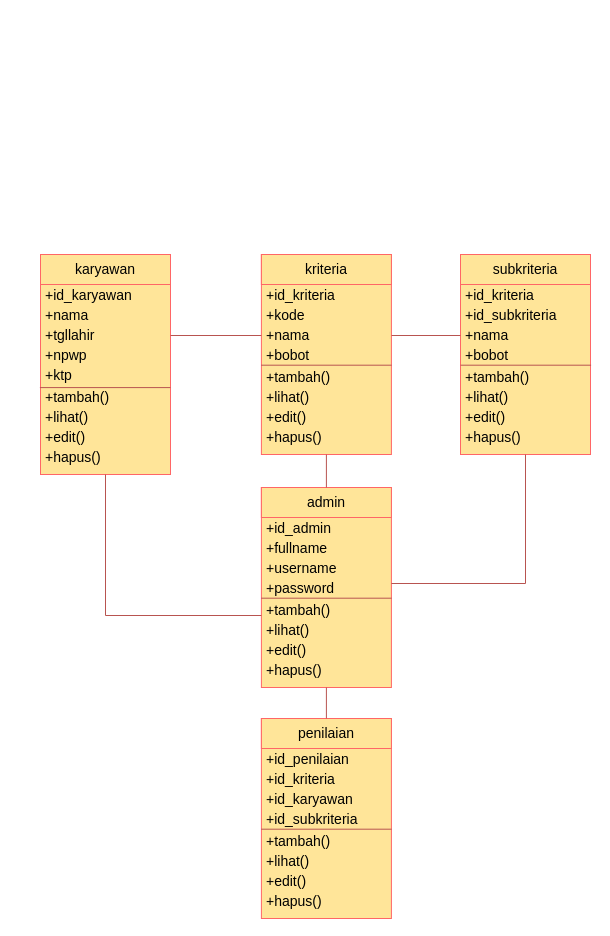
ovanzaimul/UjianMeja keeps this draw.io diagram as MAIN/usecase/Class Diagram.drawio. Above is the earlier version. Source tidied: cells renumbered, new cells numbered last; positions are measured from the earlier drawing's top-left corner, leaving out a move shared by most shapes. Both pictures are drawn from the tidied source at 100%, with x=0, y=0 at pixel (39, 254).
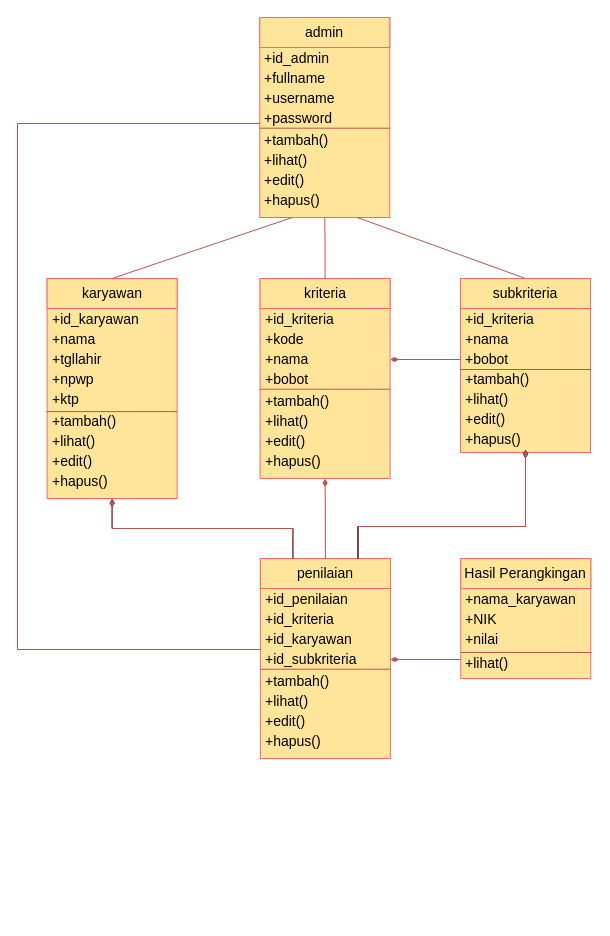
Above is the later version.

Unchanged cells that the change refers to:
```xml
<mxCell id="3" style="rounded=0;whiteSpace=wrap;html=1;fillColor=#FFE599;strokeColor=#FF6666;" parent="2" vertex="1">
  <mxGeometry x="0.6" width="130" height="220" as="geometry" />
</mxCell>
<mxCell id="4" value="&lt;font style=&quot;font-size: 14px&quot;&gt;karyawan&lt;/font&gt;" style="rounded=0;whiteSpace=wrap;html=1;fillColor=#FFE599;strokeColor=#FF6666;" parent="2" vertex="1">
  <mxGeometry x="0.6" width="130" height="30" as="geometry" />
</mxCell>
<mxCell id="7" value="&lt;font style=&quot;font-size: 14px&quot;&gt;+tgllahir&lt;/font&gt;" style="text;html=1;strokeColor=none;fillColor=none;align=left;verticalAlign=middle;whiteSpace=wrap;rounded=0;spacingLeft=3;" parent="2" vertex="1">
  <mxGeometry x="0.6" y="71" width="130" height="20" as="geometry" />
</mxCell>
<mxCell id="16" style="rounded=0;whiteSpace=wrap;html=1;fillColor=#FFE599;strokeColor=#FF6666;" parent="15" vertex="1">
  <mxGeometry x="0.3" width="130" height="200" as="geometry" />
</mxCell>
<mxCell id="17" value="&lt;font style=&quot;font-size: 14px&quot;&gt;kriteria&lt;/font&gt;" style="rounded=0;whiteSpace=wrap;html=1;fillColor=#FFE599;strokeColor=#FF6666;" parent="15" vertex="1">
  <mxGeometry x="0.3" width="130" height="30" as="geometry" />
</mxCell>
<mxCell id="20" value="&lt;font style=&quot;font-size: 14px&quot;&gt;+nama&lt;/font&gt;" style="text;html=1;strokeColor=none;fillColor=none;align=left;verticalAlign=middle;whiteSpace=wrap;rounded=0;spacingLeft=3;" parent="15" vertex="1">
  <mxGeometry x="0.3" y="71" width="130" height="20" as="geometry" />
</mxCell>
<mxCell id="42" value="&lt;span style=&quot;font-size: 14px&quot;&gt;penilaian&lt;/span&gt;" style="rounded=0;whiteSpace=wrap;html=1;fillColor=#FFE599;strokeColor=#FF6666;" parent="40" vertex="1">
  <mxGeometry x="0.3" width="130" height="30" as="geometry" />
</mxCell>
<mxCell id="46" value="&lt;font style=&quot;font-size: 14px&quot;&gt;+id_subkriteria&lt;/font&gt;" style="text;html=1;strokeColor=none;fillColor=none;align=left;verticalAlign=middle;whiteSpace=wrap;rounded=0;spacingLeft=3;" parent="40" vertex="1">
  <mxGeometry x="0.3" y="91" width="130" height="20" as="geometry" />
</mxCell>
<mxCell id="53" style="rounded=0;whiteSpace=wrap;html=1;fillColor=#FFE599;strokeColor=#FF6666;" parent="52" vertex="1">
  <mxGeometry x="0.3" width="130" height="200" as="geometry" />
</mxCell>
<mxCell id="54" value="&lt;span style=&quot;font-size: 14px&quot;&gt;admin&lt;/span&gt;" style="rounded=0;whiteSpace=wrap;html=1;fillColor=#FFE599;strokeColor=#FF6666;" parent="52" vertex="1">
  <mxGeometry x="0.3" width="130" height="30" as="geometry" />
</mxCell>
<mxCell id="58" value="&lt;font style=&quot;font-size: 14px&quot;&gt;+password&lt;/font&gt;" style="text;html=1;strokeColor=none;fillColor=none;align=left;verticalAlign=middle;whiteSpace=wrap;rounded=0;spacingLeft=3;" parent="52" vertex="1">
  <mxGeometry x="0.3" y="91" width="130" height="20" as="geometry" />
</mxCell>
<mxCell id="60" value="&lt;span style=&quot;font-size: 14px&quot;&gt;+tambah()&lt;/span&gt;" style="text;html=1;strokeColor=none;fillColor=none;align=left;verticalAlign=middle;whiteSpace=wrap;rounded=0;spacingLeft=3;" parent="52" vertex="1">
  <mxGeometry x="0.3" y="113" width="130" height="20" as="geometry" />
</mxCell>
```

What changed in the source:
```diff
@@
     <mxCell id="2" style="group;" parent="1" vertex="1">
-      <mxGeometry x="0.4" width="130.6" height="220" as="geometry" />
+      <mxGeometry x="7" y="24" width="130.6" height="220" as="geometry" />
     </mxCell>
@@
     <mxCell id="15" style="group;" parent="1" vertex="1">
-      <mxGeometry x="221.6" width="130.6" height="200" as="geometry" />
+      <mxGeometry x="220.3" y="24" width="130.6" height="200" as="geometry" />
     </mxCell>
@@
-    <mxCell id="27" style="group;" parent="1" vertex="1">
-      <mxGeometry x="421" width="130.6" height="200" as="geometry" />
-    </mxCell>
-    <mxCell id="28" style="rounded=0;whiteSpace=wrap;html=1;fillColor=#FFE599;strokeColor=#FF6666;" parent="27" vertex="1">
-      <mxGeometry width="130" height="200" as="geometry" />
-    </mxCell>
-    <mxCell id="29" value="&lt;font style=&quot;font-size: 14px&quot;&gt;subkriteria&lt;/font&gt;" style="rounded=0;whiteSpace=wrap;html=1;fillColor=#FFE599;strokeColor=#FF6666;" parent="27" vertex="1">
-      <mxGeometry width="130" height="30" as="geometry" />
-    </mxCell>
-    <mxCell id="30" value="&lt;font style=&quot;font-size: 14px&quot;&gt;+id_kriteria&lt;/font&gt;" style="text;html=1;strokeColor=none;fillColor=none;align=left;verticalAlign=middle;whiteSpace=wrap;rounded=0;spacingLeft=3;" parent="27" vertex="1">
-      <mxGeometry y="31" width="130" height="20" as="geometry" />
-    </mxCell>
-    <mxCell id="31" value="&lt;font style=&quot;font-size: 14px&quot;&gt;+id_subkriteria&lt;/font&gt;" style="text;html=1;strokeColor=none;fillColor=none;align=left;verticalAlign=middle;whiteSpace=wrap;rounded=0;spacingLeft=3;" parent="27" vertex="1">
-      <mxGeometry y="51" width="130" height="20" as="geometry" />
-    </mxCell>
-    <mxCell id="32" value="&lt;font style=&quot;font-size: 14px&quot;&gt;+nama&lt;/font&gt;" style="text;html=1;strokeColor=none;fillColor=none;align=left;verticalAlign=middle;whiteSpace=wrap;rounded=0;spacingLeft=3;" parent="27" vertex="1">
-      <mxGeometry y="71" width="130" height="20" as="geometry" />
-    </mxCell>
-    <mxCell id="33" value="&lt;font style=&quot;font-size: 14px&quot;&gt;+bobot&lt;/font&gt;" style="text;html=1;strokeColor=none;fillColor=none;align=left;verticalAlign=middle;whiteSpace=wrap;rounded=0;spacingLeft=3;" parent="27" vertex="1">
-      <mxGeometry y="91" width="130" height="20" as="geometry" />
-    </mxCell>
-    <mxCell id="34" style="endArrow=none;html=1;exitX=-0.005;exitY=0.863;exitDx=0;exitDy=0;exitPerimeter=0;entryX=1;entryY=0.863;entryDx=0;entryDy=0;entryPerimeter=0;fillColor=#f8cecc;strokeColor=#b85450;" parent="27" edge="1">
-      <mxGeometry relative="1" as="geometry">
-        <mxPoint y="110.7" as="sourcePoint" />
-        <mxPoint x="130.6" y="110.7" as="targetPoint" />
-      </mxGeometry>
-    </mxCell>
-    <mxCell id="35" value="&lt;span style=&quot;font-size: 14px&quot;&gt;+tambah()&lt;/span&gt;" style="text;html=1;strokeColor=none;fillColor=none;align=left;verticalAlign=middle;whiteSpace=wrap;rounded=0;spacingLeft=3;" parent="27" vertex="1">
-      <mxGeometry y="113" width="130" height="20" as="geometry" />
-    </mxCell>
-    <mxCell id="36" value="&lt;span style=&quot;font-size: 14px&quot;&gt;+lihat()&lt;/span&gt;" style="text;html=1;strokeColor=none;fillColor=none;align=left;verticalAlign=middle;whiteSpace=wrap;rounded=0;spacingLeft=3;" parent="27" vertex="1">
-      <mxGeometry y="133" width="130" height="20" as="geometry" />
-    </mxCell>
-    <mxCell id="37" value="&lt;span style=&quot;font-size: 14px&quot;&gt;+edit()&lt;/span&gt;" style="text;html=1;strokeColor=none;fillColor=none;align=left;verticalAlign=middle;whiteSpace=wrap;rounded=0;spacingLeft=3;" parent="27" vertex="1">
-      <mxGeometry y="153" width="130" height="20" as="geometry" />
-    </mxCell>
-    <mxCell id="38" value="&lt;span style=&quot;font-size: 14px&quot;&gt;+hapus()&lt;/span&gt;" style="text;html=1;strokeColor=none;fillColor=none;align=left;verticalAlign=middle;whiteSpace=wrap;rounded=0;spacingLeft=3;" parent="27" vertex="1">
-      <mxGeometry y="173" width="130" height="20" as="geometry" />
-    </mxCell>
-    <mxCell id="39" style="edgeStyle=none;rounded=0;orthogonalLoop=1;jettySize=auto;html=1;exitX=1;exitY=0.25;exitDx=0;exitDy=0;entryX=0;entryY=0.25;entryDx=0;entryDy=0;endArrow=none;endFill=0;fillColor=#f8cecc;strokeColor=#b85450;" parent="1" edge="1">
+    <mxCell id="39" style="edgeStyle=none;rounded=0;jettySize=auto;html=1;exitX=1;exitY=0.5;exitDx=0;exitDy=0;entryX=0;entryY=0.25;entryDx=0;entryDy=0;endArrow=none;endFill=0;fillColor=#f8cecc;strokeColor=#b85450;startArrow=diamondThin;startFill=1;" parent="1" edge="1" source="20">
       <mxGeometry relative="1" as="geometry">
-        <mxPoint x="352" y="81" as="sourcePoint" />
-        <mxPoint x="421" y="81" as="targetPoint" />
+        <mxPoint x="421" y="105" as="targetPoint" />
       </mxGeometry>
     </mxCell>
     <mxCell id="40" style="group;" parent="1" vertex="1">
-      <mxGeometry x="221.6" y="464" width="130.6" height="200" as="geometry" />
+      <mxGeometry x="220.6" y="304" width="130.6" height="200" as="geometry" />
     </mxCell>
@@
     <mxCell id="52" style="group;" parent="1" vertex="1">
-      <mxGeometry x="221.6" y="233" width="130.6" height="200" as="geometry" />
+      <mxGeometry x="220" y="-237" width="130.6" height="200" as="geometry" />
     </mxCell>
@@
-    <mxCell id="64" style="edgeStyle=none;rounded=0;jettySize=auto;html=1;endArrow=none;endFill=0;fillColor=#f8cecc;strokeColor=#b85450;" parent="1" edge="1" source="20" target="7">
-      <mxGeometry relative="1" as="geometry" />
-    </mxCell>
-    <mxCell id="65" style="edgeStyle=orthogonalEdgeStyle;rounded=0;jettySize=auto;html=1;exitX=0.5;exitY=1;exitDx=0;exitDy=0;entryX=1;entryY=0.25;entryDx=0;entryDy=0;endArrow=none;endFill=0;fillColor=#f8cecc;strokeColor=#b85450;" parent="1" edge="1" source="28" target="58">
-      <mxGeometry relative="1" as="geometry">
-        <Array as="points">
-          <mxPoint x="486" y="329" />
-        </Array>
-      </mxGeometry>
+    <mxCell id="65" style="rounded=0;jettySize=auto;html=1;exitX=0.5;exitY=0;exitDx=0;exitDy=0;entryX=0.75;entryY=1;entryDx=0;entryDy=0;endArrow=none;endFill=0;fillColor=#f8cecc;strokeColor=#b85450;" parent="1" edge="1" source="29" target="53">
+      <mxGeometry relative="1" as="geometry" />
     </mxCell>
-    <mxCell id="66" style="edgeStyle=orthogonalEdgeStyle;rounded=0;jettySize=auto;html=1;exitX=0.5;exitY=1;exitDx=0;exitDy=0;entryX=0.5;entryY=0;entryDx=0;entryDy=0;endArrow=none;endFill=0;fillColor=#f8cecc;strokeColor=#b85450;" parent="1" edge="1" source="16" target="54">
+    <mxCell id="66" style="edgeStyle=orthogonalEdgeStyle;rounded=0;jettySize=auto;html=1;exitX=0.5;exitY=0;exitDx=0;exitDy=0;entryX=0.5;entryY=1;entryDx=0;entryDy=0;endArrow=none;endFill=0;fillColor=#f8cecc;strokeColor=#b85450;" parent="1" edge="1" source="17" target="53">
       <mxGeometry relative="1" as="geometry" />
     </mxCell>
-    <mxCell id="67" style="edgeStyle=orthogonalEdgeStyle;rounded=0;jettySize=auto;html=1;exitX=0.5;exitY=1;exitDx=0;exitDy=0;entryX=0.5;entryY=0;entryDx=0;entryDy=0;endArrow=none;endFill=0;fillColor=#f8cecc;strokeColor=#b85450;" parent="1" edge="1" source="53" target="42">
-      <mxGeometry relative="1" as="geometry" />
+    <mxCell id="67" style="rounded=0;jettySize=auto;html=1;exitX=0;exitY=0.75;exitDx=0;exitDy=0;entryX=0;entryY=0;entryDx=0;entryDy=0;endArrow=none;endFill=0;fillColor=#f8cecc;strokeColor=#b85450;edgeStyle=elbowEdgeStyle;elbow=vertical;" parent="1" edge="1" source="58" target="46">
+      <mxGeometry relative="1" as="geometry">
+        <Array as="points">
+          <mxPoint x="-22" y="79" />
+        </Array>
+      </mxGeometry>
     </mxCell>
-    <mxCell id="68" style="edgeStyle=orthogonalEdgeStyle;rounded=0;jettySize=auto;html=1;exitX=0.5;exitY=1;exitDx=0;exitDy=0;endArrow=none;endFill=0;entryX=0;entryY=0.75;entryDx=0;entryDy=0;fillColor=#f8cecc;strokeColor=#b85450;" parent="1" edge="1" source="3" target="60">
-      <mxGeometry relative="1" as="geometry">
-        <Array as="points">
-          <mxPoint x="66" y="361" />
-        </Array>
-      </mxGeometry>
+    <mxCell id="68" style="rounded=0;jettySize=auto;html=1;exitX=0.5;exitY=0;exitDx=0;exitDy=0;endArrow=none;endFill=0;entryX=0.25;entryY=1;entryDx=0;entryDy=0;fillColor=#f8cecc;strokeColor=#b85450;" parent="1" edge="1" source="4" target="53">
+      <mxGeometry relative="1" as="geometry" />
     </mxCell>
+    <mxCell id="28" style="rounded=0;whiteSpace=wrap;html=1;fillColor=#FFE599;strokeColor=#FF6666;" parent="1" vertex="1">
+      <mxGeometry x="421" y="24" width="130" height="174" as="geometry" />
+    </mxCell>
+    <mxCell id="29" value="&lt;font style=&quot;font-size: 14px&quot;&gt;subkriteria&lt;/font&gt;" style="rounded=0;whiteSpace=wrap;html=1;fillColor=#FFE599;strokeColor=#FF6666;" parent="1" vertex="1">
+      <mxGeometry x="421" y="24" width="130" height="30" as="geometry" />
+    </mxCell>
+    <mxCell id="30" value="&lt;font style=&quot;font-size: 14px&quot;&gt;+id_kriteria&lt;/font&gt;" style="text;html=1;strokeColor=none;fillColor=none;align=left;verticalAlign=middle;whiteSpace=wrap;rounded=0;spacingLeft=3;" parent="1" vertex="1">
+      <mxGeometry x="421" y="55" width="130" height="20" as="geometry" />
+    </mxCell>
+    <mxCell id="32" value="&lt;font style=&quot;font-size: 14px&quot;&gt;+nama&lt;/font&gt;" style="text;html=1;strokeColor=none;fillColor=none;align=left;verticalAlign=middle;whiteSpace=wrap;rounded=0;spacingLeft=3;" parent="1" vertex="1">
+      <mxGeometry x="421" y="75" width="130" height="20" as="geometry" />
+    </mxCell>
+    <mxCell id="33" value="&lt;font style=&quot;font-size: 14px&quot;&gt;+bobot&lt;/font&gt;" style="text;html=1;strokeColor=none;fillColor=none;align=left;verticalAlign=middle;whiteSpace=wrap;rounded=0;spacingLeft=3;" parent="1" vertex="1">
+      <mxGeometry x="421" y="95" width="130" height="20" as="geometry" />
+    </mxCell>
+    <mxCell id="34" style="endArrow=none;html=1;exitX=-0.005;exitY=0.863;exitDx=0;exitDy=0;exitPerimeter=0;entryX=1;entryY=0.863;entryDx=0;entryDy=0;entryPerimeter=0;fillColor=#f8cecc;strokeColor=#b85450;" parent="1" edge="1">
+      <mxGeometry x="520" y="144" as="geometry">
+        <mxPoint x="421" y="115" as="sourcePoint" />
+        <mxPoint x="551.6" y="115" as="targetPoint" />
+      </mxGeometry>
+    </mxCell>
+    <mxCell id="35" value="&lt;span style=&quot;font-size: 14px&quot;&gt;+tambah()&lt;/span&gt;" style="text;html=1;strokeColor=none;fillColor=none;align=left;verticalAlign=middle;whiteSpace=wrap;rounded=0;spacingLeft=3;" parent="1" vertex="1">
+      <mxGeometry x="421" y="115" width="130" height="20" as="geometry" />
+    </mxCell>
+    <mxCell id="36" value="&lt;span style=&quot;font-size: 14px&quot;&gt;+lihat()&lt;/span&gt;" style="text;html=1;strokeColor=none;fillColor=none;align=left;verticalAlign=middle;whiteSpace=wrap;rounded=0;spacingLeft=3;" parent="1" vertex="1">
+      <mxGeometry x="421" y="135" width="130" height="20" as="geometry" />
+    </mxCell>
+    <mxCell id="37" value="&lt;span style=&quot;font-size: 14px&quot;&gt;+edit()&lt;/span&gt;" style="text;html=1;strokeColor=none;fillColor=none;align=left;verticalAlign=middle;whiteSpace=wrap;rounded=0;spacingLeft=3;" parent="1" vertex="1">
+      <mxGeometry x="421" y="155" width="130" height="20" as="geometry" />
+    </mxCell>
+    <mxCell id="38" value="&lt;span style=&quot;font-size: 14px&quot;&gt;+hapus()&lt;/span&gt;" style="text;html=1;strokeColor=none;fillColor=none;align=left;verticalAlign=middle;whiteSpace=wrap;rounded=0;spacingLeft=3;" parent="1" vertex="1">
+      <mxGeometry x="421" y="175" width="130" height="20" as="geometry" />
+    </mxCell>
+    <mxCell id="69" style="edgeStyle=elbowEdgeStyle;rounded=0;jettySize=auto;elbow=vertical;html=1;exitX=0.25;exitY=0;exitDx=0;exitDy=0;startArrow=none;startFill=0;endArrow=diamondThin;endFill=1;" parent="1" edge="1" source="42" target="3">
+      <mxGeometry relative="1" as="geometry" />
+    </mxCell>
+    <mxCell id="70" style="edgeStyle=elbowEdgeStyle;rounded=0;jettySize=auto;elbow=vertical;html=1;exitX=0.75;exitY=0;exitDx=0;exitDy=0;entryX=0.5;entryY=1;entryDx=0;entryDy=0;startArrow=none;startFill=0;endArrow=diamondThin;endFill=1;" parent="1" edge="1" source="42" target="38">
+      <mxGeometry relative="1" as="geometry">
+        <Array as="points">
+          <mxPoint x="398" y="272" />
+        </Array>
+      </mxGeometry>
+    </mxCell>
+    <mxCell id="71" style="edgeStyle=elbowEdgeStyle;rounded=0;jettySize=auto;elbow=vertical;html=1;exitX=0.5;exitY=0;exitDx=0;exitDy=0;entryX=0.5;entryY=1;entryDx=0;entryDy=0;startArrow=none;startFill=0;endArrow=diamondThin;endFill=1;strokeColor=#B85450;" parent="1" edge="1" source="42" target="16">
+      <mxGeometry relative="1" as="geometry" />
+    </mxCell>
+    <mxCell id="72" style="edgeStyle=elbowEdgeStyle;rounded=0;orthogonalLoop=1;jettySize=auto;elbow=vertical;html=1;exitX=0.75;exitY=0;exitDx=0;exitDy=0;entryX=0.5;entryY=1;entryDx=0;entryDy=0;startArrow=none;startFill=0;endArrow=diamondThin;endFill=1;" parent="1" edge="1">
+      <mxGeometry relative="1" as="geometry">
+        <mxPoint x="318.5" y="304" as="sourcePoint" />
+        <mxPoint x="486" y="195" as="targetPoint" />
+        <Array as="points">
+          <mxPoint x="398" y="272" />
+        </Array>
+      </mxGeometry>
+    </mxCell>
+    <mxCell id="73" style="edgeStyle=elbowEdgeStyle;rounded=0;orthogonalLoop=1;jettySize=auto;elbow=vertical;html=1;exitX=0.75;exitY=0;exitDx=0;exitDy=0;entryX=0.5;entryY=1;entryDx=0;entryDy=0;startArrow=none;startFill=0;endArrow=diamondThin;endFill=1;strokeColor=#B85450;" parent="1" edge="1">
+      <mxGeometry relative="1" as="geometry">
+        <mxPoint x="318.5" y="304" as="sourcePoint" />
+        <mxPoint x="486" y="195" as="targetPoint" />
+        <Array as="points">
+          <mxPoint x="398" y="272" />
+        </Array>
+      </mxGeometry>
+    </mxCell>
+    <mxCell id="74" style="edgeStyle=elbowEdgeStyle;rounded=0;orthogonalLoop=1;jettySize=auto;elbow=vertical;html=1;exitX=0.25;exitY=0;exitDx=0;exitDy=0;startArrow=none;startFill=0;endArrow=diamondThin;endFill=1;strokeColor=#B85450;" parent="1" edge="1">
+      <mxGeometry relative="1" as="geometry">
+        <mxPoint x="253.5" y="304" as="sourcePoint" />
+        <mxPoint x="72.7" y="244" as="targetPoint" />
+      </mxGeometry>
+    </mxCell>
+    <mxCell id="75" style="rounded=0;jettySize=auto;elbow=vertical;html=1;exitX=1;exitY=0.5;exitDx=0;exitDy=0;entryX=0;entryY=0.5;entryDx=0;entryDy=0;startArrow=diamondThin;startFill=1;endArrow=none;endFill=0;strokeColor=#B85450;" parent="1" edge="1" source="46">
+      <mxGeometry relative="1" as="geometry">
+        <mxPoint x="421.3" y="405" as="targetPoint" />
+      </mxGeometry>
+    </mxCell>
+    <mxCell id="76" style="rounded=0;whiteSpace=wrap;html=1;fillColor=#FFE599;strokeColor=#FF6666;" parent="1" vertex="1">
+      <mxGeometry x="421.3" y="304" width="130" height="120" as="geometry" />
+    </mxCell>
+    <mxCell id="77" value="&lt;span style=&quot;font-size: 14px&quot;&gt;Hasil Perangkingan&lt;/span&gt;" style="rounded=0;whiteSpace=wrap;html=1;fillColor=#FFE599;strokeColor=#FF6666;" parent="1" vertex="1">
+      <mxGeometry x="421.3" y="304" width="130" height="30" as="geometry" />
+    </mxCell>
+    <mxCell id="78" value="&lt;font style=&quot;font-size: 14px&quot;&gt;+nama_karyawan&lt;/font&gt;" style="text;html=1;strokeColor=none;fillColor=none;align=left;verticalAlign=middle;whiteSpace=wrap;rounded=0;spacingLeft=3;" parent="1" vertex="1">
+      <mxGeometry x="421.3" y="335" width="130" height="20" as="geometry" />
+    </mxCell>
+    <mxCell id="79" value="&lt;font style=&quot;font-size: 14px&quot;&gt;+NIK&lt;/font&gt;" style="text;html=1;strokeColor=none;fillColor=none;align=left;verticalAlign=middle;whiteSpace=wrap;rounded=0;spacingLeft=3;" parent="1" vertex="1">
+      <mxGeometry x="421.3" y="355" width="130" height="20" as="geometry" />
+    </mxCell>
+    <mxCell id="80" value="&lt;font style=&quot;font-size: 14px&quot;&gt;+nilai&lt;/font&gt;" style="text;html=1;strokeColor=none;fillColor=none;align=left;verticalAlign=middle;whiteSpace=wrap;rounded=0;spacingLeft=3;" parent="1" vertex="1">
+      <mxGeometry x="421.3" y="375" width="130" height="20" as="geometry" />
+    </mxCell>
+    <mxCell id="81" style="endArrow=none;html=1;exitX=-0.005;exitY=0.863;exitDx=0;exitDy=0;exitPerimeter=0;entryX=1;entryY=0.863;entryDx=0;entryDy=0;entryPerimeter=0;fillColor=#f8cecc;strokeColor=#b85450;" parent="1" edge="1">
+      <mxGeometry x="520.3" y="407.3" as="geometry">
+        <mxPoint x="421.3" y="398" as="sourcePoint" />
+        <mxPoint x="552" y="398" as="targetPoint" />
+      </mxGeometry>
+    </mxCell>
+    <mxCell id="82" value="&lt;span style=&quot;font-size: 14px&quot;&gt;+lihat()&lt;/span&gt;" style="text;html=1;strokeColor=none;fillColor=none;align=left;verticalAlign=middle;whiteSpace=wrap;rounded=0;spacingLeft=3;" parent="1" vertex="1">
+      <mxGeometry x="421.3" y="399" width="130" height="20" as="geometry" />
+    </mxCell>
```
